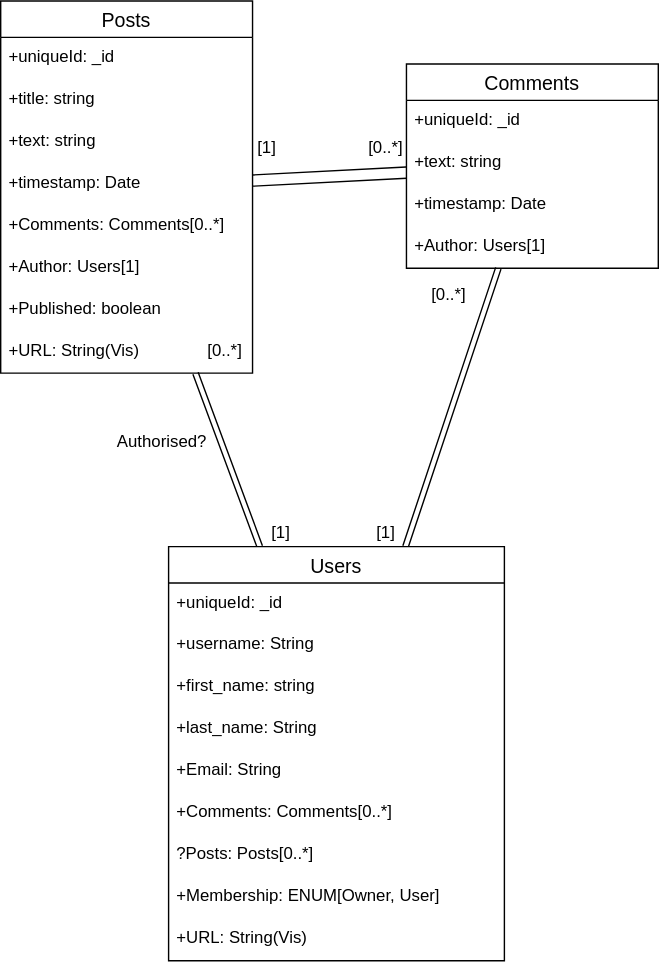
DanishKodeMonkey/DKM-blog-backend keeps this draw.io diagram as public/diagrams/models.drawio.svg. Above is the earlier version. Source tidied: cells renumbered, new cells last; positions are measured from the earlier drawing's top-left corner, leaving out a move shared by most shapes.
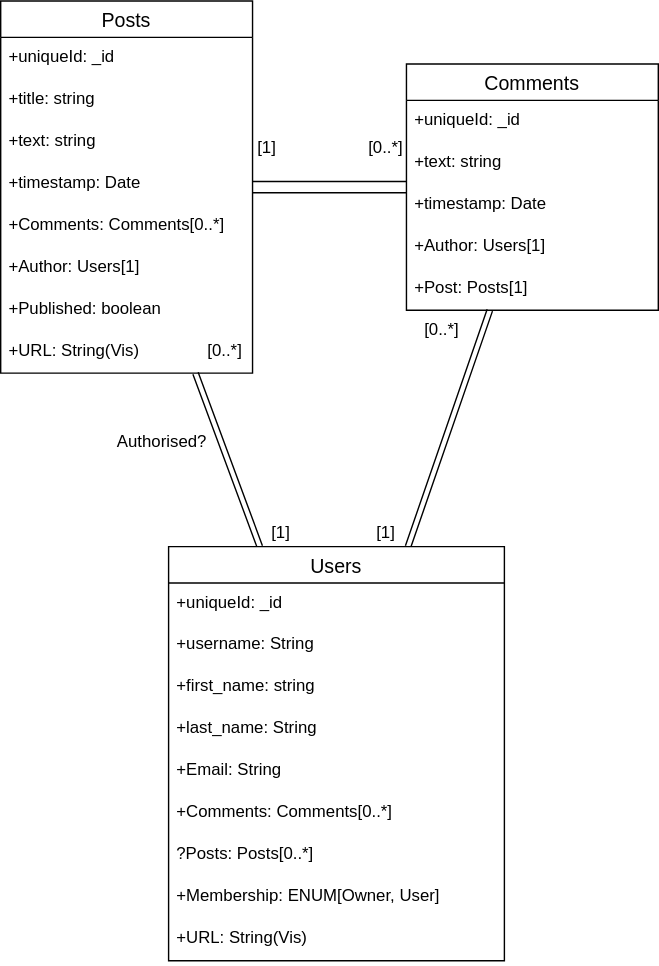
Above is the later version.

Commit message:
BREAKING: Establish posts model for mongoose

Diff of the diagram source:
```diff
@@ -33,7 +33,7 @@
       <mxGeometry y="236" width="180" height="30" as="geometry" />
     </mxCell>
     <mxCell id="12" value="Comments" style="swimlane;fontStyle=0;horizontal=1;startSize=26;align=center;fontSize=14;" parent="1" vertex="1">
-      <mxGeometry x="290" y="45" width="180" height="146" as="geometry" />
+      <mxGeometry x="290" y="45" width="180" height="176" as="geometry" />
     </mxCell>
     <mxCell id="13" value="+uniqueId: _id" style="text;strokeColor=none;fillColor=none;spacingLeft=4;spacingRight=4;overflow=hidden;fontSize=12;" parent="12" vertex="1">
       <mxGeometry y="26" width="180" height="30" as="geometry" />
@@ -47,6 +47,9 @@
     <mxCell id="16" value="+Author: Users[1]" style="text;strokeColor=none;fillColor=none;spacingLeft=4;spacingRight=4;overflow=hidden;fontSize=12;" parent="12" vertex="1">
       <mxGeometry y="116" width="180" height="30" as="geometry" />
     </mxCell>
+    <mxCell id="36" value="+Post: Posts[1]" style="text;strokeColor=none;fillColor=none;spacingLeft=4;spacingRight=4;overflow=hidden;fontSize=12;" parent="12" vertex="1">
+      <mxGeometry y="146" width="180" height="30" as="geometry" />
+    </mxCell>
     <mxCell id="17" value="[0..*]" style="text;html=1;align=center;verticalAlign=middle;strokeColor=none;fillColor=none;" parent="1" vertex="1">
       <mxGeometry x="250" y="90" width="50" height="30" as="geometry" />
     </mxCell>
@@ -102,7 +105,7 @@
       <mxGeometry x="70" y="300" width="90" height="30" as="geometry" />
     </mxCell>
     <mxCell id="35" value="[0..*]" style="text;html=1;align=center;verticalAlign=middle;strokeColor=none;fillColor=none;" parent="1" vertex="1">
-      <mxGeometry x="295" y="195" width="50" height="30" as="geometry" />
+      <mxGeometry x="290" y="220" width="50" height="30" as="geometry" />
     </mxCell>
   </root>
 </mxGraphModel>
```
